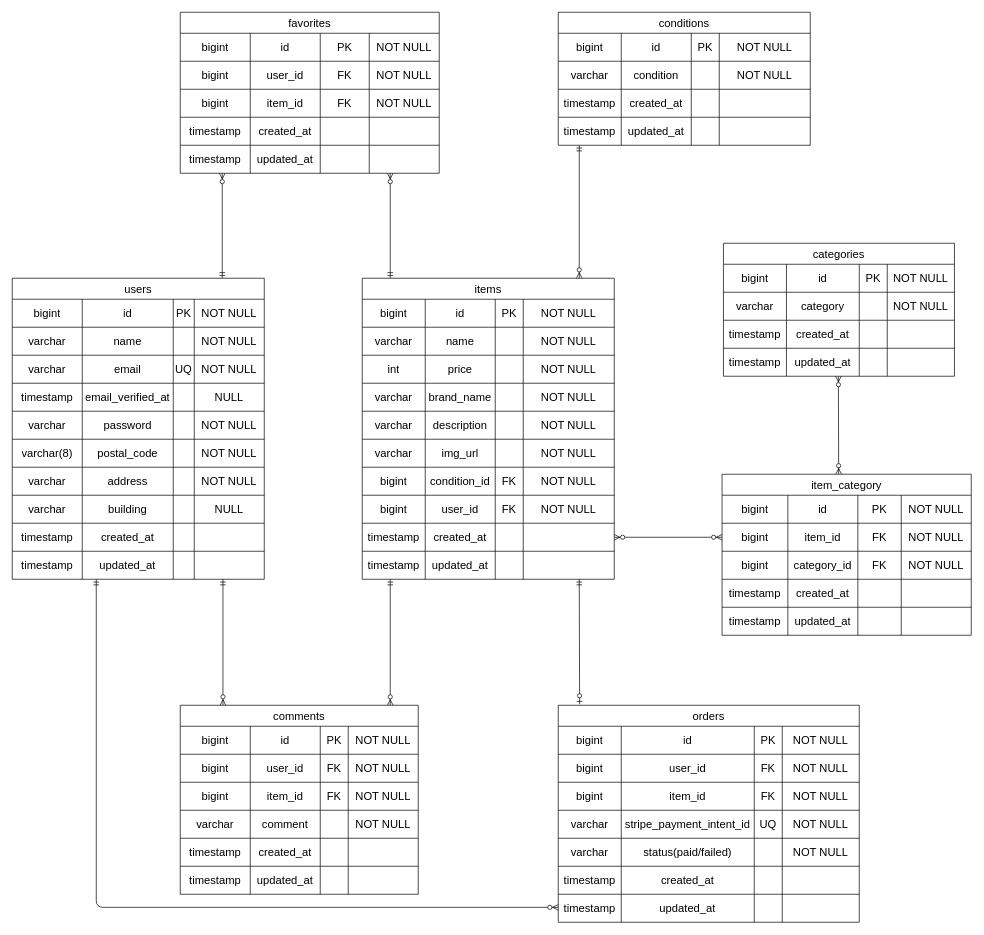
Earlier version of the draw.io diagram src/docs/er.drawio (shinichi-ushioda/coachtech-furima). Source tidied: cells renumbered, new cells numbered last; positions are measured from the earlier drawing's top-left corner, leaving out a move shared by most shapes. Both pictures are drawn from the tidied source at 70%, with x=0, y=0 at pixel (12, 12).
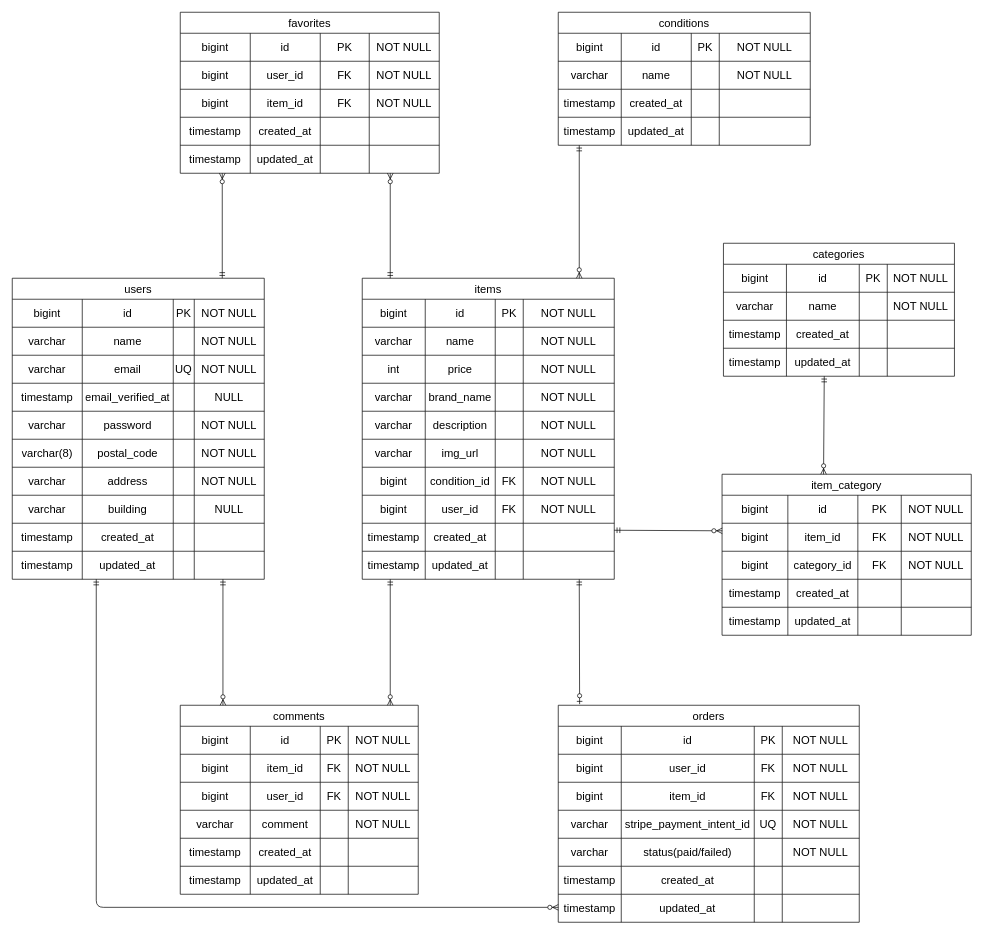
After the change.

The change refers to these unchanged cells:
```xml
<mxCell id="8" style="shape=tableRow;horizontal=0;startSize=0;swimlaneHead=0;swimlaneBody=0;strokeColor=inherit;top=0;left=0;bottom=0;right=0;fillColor=none;fontSize=16;" parent="2" vertex="1">
  <mxGeometry y="70" width="330" height="40" as="geometry" />
</mxCell>
<mxCell id="80" style="shape=tableRow;horizontal=0;startSize=0;swimlaneHead=0;swimlaneBody=0;strokeColor=inherit;top=0;left=0;bottom=0;right=0;fillColor=none;fontSize=16;" parent="74" vertex="1">
  <mxGeometry y="70" width="340" height="40" as="geometry" />
</mxCell>
<mxCell id="85" style="shape=tableRow;horizontal=0;startSize=0;swimlaneHead=0;swimlaneBody=0;strokeColor=inherit;top=0;left=0;bottom=0;right=0;fillColor=none;fontSize=16;" parent="74" vertex="1">
  <mxGeometry y="110" width="340" height="40" as="geometry" />
</mxCell>
<mxCell id="111" style="shape=tableRow;horizontal=0;startSize=0;swimlaneHead=0;swimlaneBody=0;strokeColor=inherit;top=0;left=0;bottom=0;right=0;fillColor=none;fontSize=16;" parent="105" vertex="1">
  <mxGeometry y="70" width="360" height="40" as="geometry" />
</mxCell>
<mxCell id="239" value="item_category" style="shape=table;startSize=30;childLayout=tableLayout;strokeColor=default;fontSize=16;" parent="1" vertex="1">
  <mxGeometry x="1014" y="660" width="356" height="230" as="geometry" />
</mxCell>
<mxCell id="245" style="shape=tableRow;horizontal=0;startSize=0;swimlaneHead=0;swimlaneBody=0;strokeColor=inherit;top=0;left=0;bottom=0;right=0;fillColor=none;points=[[0,0.5],[1,0.5]];portConstraint=eastwest;fontSize=16;" parent="239" vertex="1">
  <mxGeometry y="70" width="356" height="40" as="geometry" />
</mxCell>
```

The edit, as a diff of the source:
```diff
@@
-<mxGraphModel>
+<mxGraphModel background="#FFFFFF">
@@
-    <mxCell id="10" value="category" style="shape=partialRectangle;html=1;whiteSpace=wrap;strokeColor=inherit;overflow=hidden;fillColor=none;top=0;left=0;bottom=0;right=0;fontSize=16;" parent="8" vertex="1">
+    <mxCell id="10" value="name" style="shape=partialRectangle;html=1;whiteSpace=wrap;strokeColor=inherit;overflow=hidden;fillColor=none;top=0;left=0;bottom=0;right=0;fontSize=16;" parent="8" vertex="1">
       <mxGeometry x="90" width="104" height="40" as="geometry" />
     </mxCell>
@@
-    <mxCell id="82" value="user_id" style="shape=partialRectangle;html=1;whiteSpace=wrap;strokeColor=inherit;overflow=hidden;fillColor=none;top=0;left=0;bottom=0;right=0;fontSize=16;" parent="80" vertex="1">
+    <mxCell id="82" value="&lt;span style=&quot;color: rgb(0, 0, 0);&quot;&gt;item_id&lt;/span&gt;" style="shape=partialRectangle;html=1;whiteSpace=wrap;strokeColor=inherit;overflow=hidden;fillColor=none;top=0;left=0;bottom=0;right=0;fontSize=16;" parent="80" vertex="1">
       <mxGeometry x="100" width="100" height="40" as="geometry" />
     </mxCell>
@@
-    <mxCell id="87" value="item_id" style="shape=partialRectangle;html=1;whiteSpace=wrap;strokeColor=inherit;overflow=hidden;fillColor=none;top=0;left=0;bottom=0;right=0;fontSize=16;" parent="85" vertex="1">
+    <mxCell id="87" value="user_id" style="shape=partialRectangle;html=1;whiteSpace=wrap;strokeColor=inherit;overflow=hidden;fillColor=none;top=0;left=0;bottom=0;right=0;fontSize=16;" parent="85" vertex="1">
       <mxGeometry x="100" width="100" height="40" as="geometry" />
     </mxCell>
@@
-    <mxCell id="113" value="condition" style="shape=partialRectangle;html=1;whiteSpace=wrap;strokeColor=inherit;overflow=hidden;fillColor=none;top=0;left=0;bottom=0;right=0;fontSize=16;" parent="111" vertex="1">
+    <mxCell id="113" value="name" style="shape=partialRectangle;html=1;whiteSpace=wrap;strokeColor=inherit;overflow=hidden;fillColor=none;top=0;left=0;bottom=0;right=0;fontSize=16;" parent="111" vertex="1">
       <mxGeometry x="90" width="100" height="40" as="geometry" />
     </mxCell>
@@
-    <mxCell id="265" style="fontSize=12;html=1;endArrow=ERzeroToMany;endFill=1;startArrow=ERzeroToMany;entryX=0;entryY=0.5;entryDx=0;entryDy=0;" parent="1" edge="1" target="245">
-      <mxGeometry relative="1" as="geometry">
-        <mxPoint x="860" y="750" as="sourcePoint" />
-      </mxGeometry>
-    </mxCell>
-    <mxCell id="266" style="fontSize=12;html=1;endArrow=ERzeroToMany;endFill=1;startArrow=ERzeroToMany;entryX=0.027;entryY=-0.033;entryDx=0;entryDy=0;entryPerimeter=0;exitX=0.468;exitY=-0.001;exitDx=0;exitDy=0;exitPerimeter=0;" parent="1" edge="1" source="239">
-      <mxGeometry relative="1" as="geometry">
-        <mxPoint x="1180.2" y="520" as="targetPoint" />
-      </mxGeometry>
-    </mxCell>
@@
+    <mxCell id="274" style="fontSize=12;html=1;endArrow=ERzeroToMany;startArrow=ERmandOne;entryX=0.001;entryY=0.27;entryDx=0;entryDy=0;entryPerimeter=0;" parent="1" edge="1" target="245">
+      <mxGeometry relative="1" as="geometry">
+        <mxPoint x="860" y="740" as="sourcePoint" />
+      </mxGeometry>
+    </mxCell>
+    <mxCell id="275" style="fontSize=12;html=1;endArrow=ERzeroToMany;startArrow=ERmandOne;" parent="1" edge="1">
+      <mxGeometry relative="1" as="geometry">
+        <mxPoint x="1160" y="520" as="sourcePoint" />
+        <mxPoint x="1159" y="660" as="targetPoint" />
+      </mxGeometry>
+    </mxCell>
```
